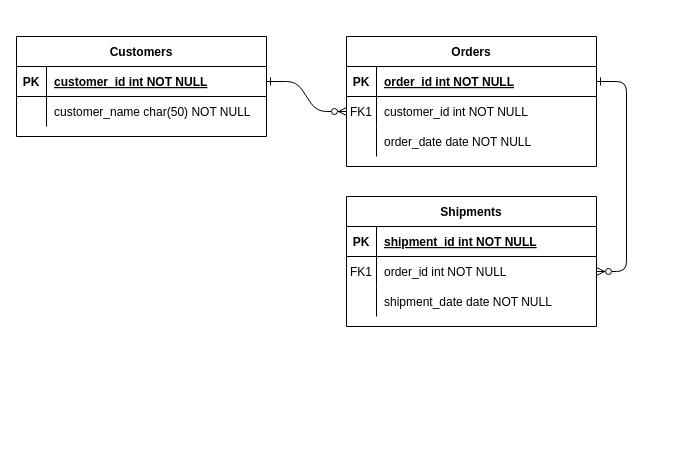
Earlier version of the draw.io diagram src/Untitled Diagram.drawio (Welcomeme-berlin/frontend). Source tidied: cells renumbered, new cells numbered last; positions are measured from the earlier drawing's top-left corner, leaving out a move shared by most shapes. Both pictures are drawn from the tidied source at 100%, with x=0, y=0 at pixel (16, 36).
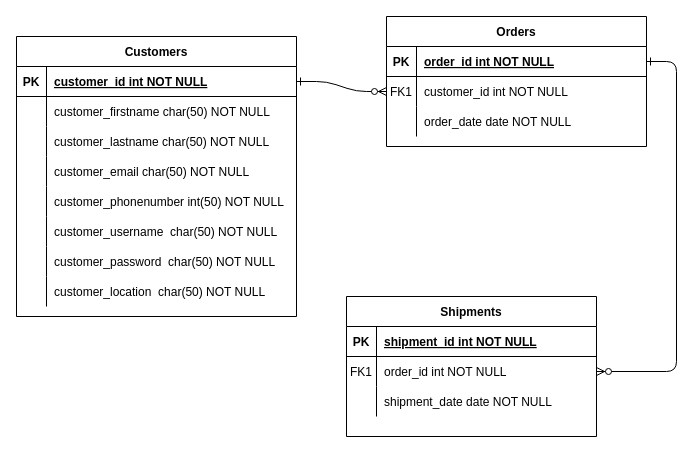
The same page after the edit.

Diff of the diagram source:
```diff
@@
     <mxCell id="4" value="Orders" style="shape=table;startSize=30;childLayout=tableLayout;rowLines=0;fontStyle=1;align=center;" parent="1" vertex="1">
-      <mxGeometry x="330" width="250" height="130" as="geometry" />
+      <mxGeometry x="370" y="-20" width="260" height="130" as="geometry" />
     </mxCell>
     <mxCell id="5" style="shape=partialRectangle;fillColor=none;points=[[0,0.5],[1,0.5]];portConstraint=eastwest;top=0;left=0;right=0;bottom=1;" parent="4" vertex="1">
-      <mxGeometry y="30" width="250" height="30" as="geometry" />
+      <mxGeometry y="30" width="260" height="30" as="geometry" />
     </mxCell>
@@
     <mxCell id="7" value="order_id int NOT NULL " style="shape=partialRectangle;overflow=hidden;fillColor=none;top=0;left=0;bottom=0;right=0;align=left;spacingLeft=6;fontStyle=5;" parent="5" vertex="1">
-      <mxGeometry x="30" width="220" height="30" as="geometry" />
+      <mxGeometry x="30" width="230" height="30" as="geometry" />
     </mxCell>
     <mxCell id="8" style="shape=partialRectangle;fillColor=none;points=[[0,0.5],[1,0.5]];portConstraint=eastwest;top=0;left=0;right=0;bottom=0;" parent="4" vertex="1">
-      <mxGeometry y="60" width="250" height="30" as="geometry" />
+      <mxGeometry y="60" width="260" height="30" as="geometry" />
     </mxCell>
@@
     <mxCell id="10" value="customer_id int NOT NULL" style="shape=partialRectangle;overflow=hidden;fillColor=none;top=0;left=0;bottom=0;right=0;align=left;spacingLeft=6;" parent="8" vertex="1">
-      <mxGeometry x="30" width="220" height="30" as="geometry" />
+      <mxGeometry x="30" width="230" height="30" as="geometry" />
     </mxCell>
     <mxCell id="11" style="shape=partialRectangle;fillColor=none;top=0;left=0;right=0;bottom=0;" parent="4" vertex="1">
-      <mxGeometry y="90" width="250" height="30" as="geometry" />
+      <mxGeometry y="90" width="260" height="30" as="geometry" />
     </mxCell>
@@
     <mxCell id="13" value="order_date date NOT NULL" style="shape=partialRectangle;overflow=hidden;fillColor=none;top=0;left=0;bottom=0;right=0;align=left;spacingLeft=6;" parent="11" vertex="1">
-      <mxGeometry x="30" width="220" height="30" as="geometry" />
+      <mxGeometry x="30" width="230" height="30" as="geometry" />
     </mxCell>
     <mxCell id="14" value="Shipments" style="shape=table;startSize=30;childLayout=tableLayout;rowLines=0;fontStyle=1;align=center;" parent="1" vertex="1">
-      <mxGeometry x="330" y="160" width="250" height="130" as="geometry" />
+      <mxGeometry x="330" y="260" width="250" height="140" as="geometry" />
     </mxCell>
@@
     <mxCell id="24" value="Customers" style="shape=table;startSize=30;childLayout=tableLayout;rowLines=0;fontStyle=1;align=center;" parent="1" vertex="1">
-      <mxGeometry width="250" height="100" as="geometry" />
+      <mxGeometry width="280" height="280" as="geometry" />
     </mxCell>
     <mxCell id="25" style="shape=partialRectangle;fillColor=none;points=[[0,0.5],[1,0.5]];portConstraint=eastwest;top=0;left=0;right=0;bottom=1;" parent="24" vertex="1">
-      <mxGeometry y="30" width="250" height="30" as="geometry" />
+      <mxGeometry y="30" width="280" height="30" as="geometry" />
     </mxCell>
@@
     <mxCell id="27" value="customer_id int NOT NULL " style="shape=partialRectangle;overflow=hidden;fillColor=none;top=0;left=0;bottom=0;right=0;align=left;spacingLeft=6;fontStyle=5;" parent="25" vertex="1">
-      <mxGeometry x="30" width="220" height="30" as="geometry" />
+      <mxGeometry x="30" width="250" height="30" as="geometry" />
     </mxCell>
     <mxCell id="28" style="shape=partialRectangle;fillColor=none;top=0;left=0;right=0;bottom=0;" parent="24" vertex="1">
-      <mxGeometry y="60" width="250" height="30" as="geometry" />
+      <mxGeometry y="60" width="280" height="30" as="geometry" />
     </mxCell>
@@
-    <mxCell id="30" value="customer_name char(50) NOT NULL" style="shape=partialRectangle;overflow=hidden;fillColor=none;top=0;left=0;bottom=0;right=0;align=left;spacingLeft=6;" parent="28" vertex="1">
-      <mxGeometry x="30" width="220" height="30" as="geometry" />
+    <mxCell id="30" value="customer_firstname char(50) NOT NULL" style="shape=partialRectangle;overflow=hidden;fillColor=none;top=0;left=0;bottom=0;right=0;align=left;spacingLeft=6;" parent="28" vertex="1">
+      <mxGeometry x="30" width="250" height="30" as="geometry" />
     </mxCell>
+    <mxCell id="31" style="shape=partialRectangle;fillColor=none;top=0;left=0;right=0;bottom=0;" parent="24" vertex="1">
+      <mxGeometry y="90" width="280" height="30" as="geometry" />
+    </mxCell>
+    <mxCell id="32" style="shape=partialRectangle;overflow=hidden;fillColor=none;top=0;left=0;bottom=0;right=0;" parent="31" vertex="1">
+      <mxGeometry width="30" height="30" as="geometry" />
+    </mxCell>
+    <mxCell id="33" value="customer_lastname char(50) NOT NULL" style="shape=partialRectangle;overflow=hidden;fillColor=none;top=0;left=0;bottom=0;right=0;align=left;spacingLeft=6;" parent="31" vertex="1">
+      <mxGeometry x="30" width="250" height="30" as="geometry" />
+    </mxCell>
+    <mxCell id="34" style="shape=partialRectangle;fillColor=none;top=0;left=0;right=0;bottom=0;" parent="24" vertex="1">
+      <mxGeometry y="120" width="280" height="30" as="geometry" />
+    </mxCell>
+    <mxCell id="35" style="shape=partialRectangle;overflow=hidden;fillColor=none;top=0;left=0;bottom=0;right=0;" parent="34" vertex="1">
+      <mxGeometry width="30" height="30" as="geometry" />
+    </mxCell>
+    <mxCell id="36" value="customer_email char(50) NOT NULL" style="shape=partialRectangle;overflow=hidden;fillColor=none;top=0;left=0;bottom=0;right=0;align=left;spacingLeft=6;" parent="34" vertex="1">
+      <mxGeometry x="30" width="250" height="30" as="geometry" />
+    </mxCell>
+    <mxCell id="37" style="shape=partialRectangle;fillColor=none;top=0;left=0;right=0;bottom=0;" parent="24" vertex="1">
+      <mxGeometry y="150" width="280" height="30" as="geometry" />
+    </mxCell>
+    <mxCell id="38" style="shape=partialRectangle;overflow=hidden;fillColor=none;top=0;left=0;bottom=0;right=0;" parent="37" vertex="1">
+      <mxGeometry width="30" height="30" as="geometry" />
+    </mxCell>
+    <mxCell id="39" value="customer_phonenumber int(50) NOT NULL" style="shape=partialRectangle;overflow=hidden;fillColor=none;top=0;left=0;bottom=0;right=0;align=left;spacingLeft=6;" parent="37" vertex="1">
+      <mxGeometry x="30" width="250" height="30" as="geometry" />
+    </mxCell>
+    <mxCell id="40" style="shape=partialRectangle;fillColor=none;top=0;left=0;right=0;bottom=0;" parent="24" vertex="1">
+      <mxGeometry y="180" width="280" height="30" as="geometry" />
+    </mxCell>
+    <mxCell id="41" style="shape=partialRectangle;overflow=hidden;fillColor=none;top=0;left=0;bottom=0;right=0;" parent="40" vertex="1">
+      <mxGeometry width="30" height="30" as="geometry" />
+    </mxCell>
+    <mxCell id="42" value="customer_username  char(50) NOT NULL" style="shape=partialRectangle;overflow=hidden;fillColor=none;top=0;left=0;bottom=0;right=0;align=left;spacingLeft=6;" parent="40" vertex="1">
+      <mxGeometry x="30" width="250" height="30" as="geometry" />
+    </mxCell>
+    <mxCell id="43" style="shape=partialRectangle;fillColor=none;top=0;left=0;right=0;bottom=0;" parent="24" vertex="1">
+      <mxGeometry y="210" width="280" height="30" as="geometry" />
+    </mxCell>
+    <mxCell id="44" style="shape=partialRectangle;overflow=hidden;fillColor=none;top=0;left=0;bottom=0;right=0;" parent="43" vertex="1">
+      <mxGeometry width="30" height="30" as="geometry" />
+    </mxCell>
+    <mxCell id="45" value="customer_password  char(50) NOT NULL" style="shape=partialRectangle;overflow=hidden;fillColor=none;top=0;left=0;bottom=0;right=0;align=left;spacingLeft=6;" parent="43" vertex="1">
+      <mxGeometry x="30" width="250" height="30" as="geometry" />
+    </mxCell>
+    <mxCell id="46" style="shape=partialRectangle;fillColor=none;top=0;left=0;right=0;bottom=0;" parent="24" vertex="1">
+      <mxGeometry y="240" width="280" height="30" as="geometry" />
+    </mxCell>
+    <mxCell id="47" style="shape=partialRectangle;overflow=hidden;fillColor=none;top=0;left=0;bottom=0;right=0;" parent="46" vertex="1">
+      <mxGeometry width="30" height="30" as="geometry" />
+    </mxCell>
+    <mxCell id="48" value="customer_location  char(50) NOT NULL" style="shape=partialRectangle;overflow=hidden;fillColor=none;top=0;left=0;bottom=0;right=0;align=left;spacingLeft=6;" parent="46" vertex="1">
+      <mxGeometry x="30" width="250" height="30" as="geometry" />
+    </mxCell>
```
